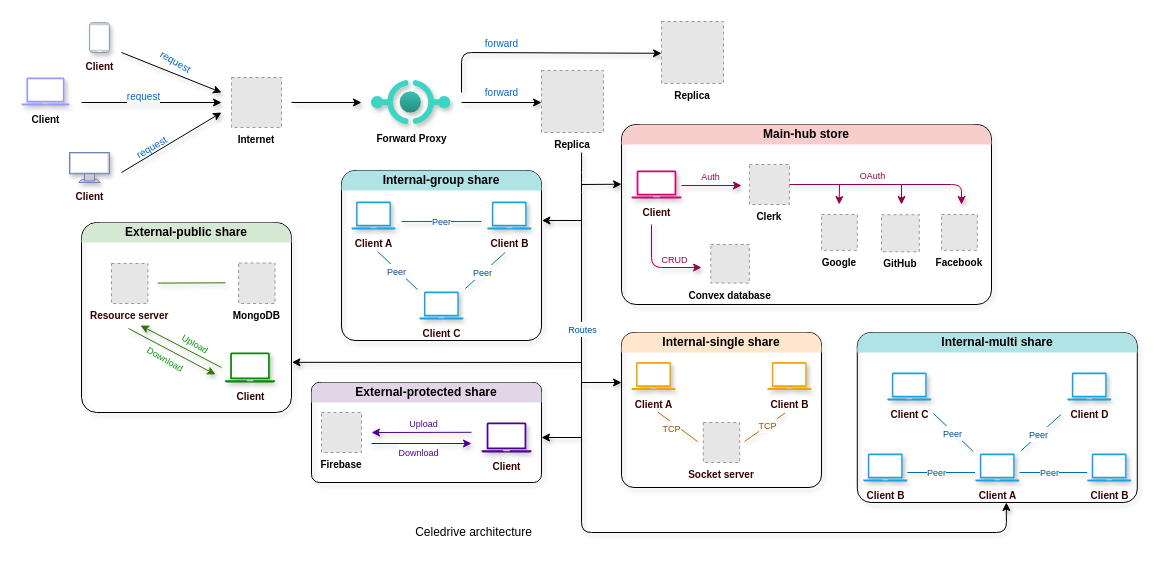
Earlier version of the draw.io diagram docs/architecture.drawio (thuongtruong109/celedrive). Source tidied: cells renumbered, new cells numbered last; positions are measured from the earlier drawing's top-left corner, leaving out a move shared by most shapes. Both pictures are drawn from the tidied source at 100%, with x=0, y=0 at pixel (21, 21). Pictures stored in the file or linked from it are replaced by grey dashed boxes.
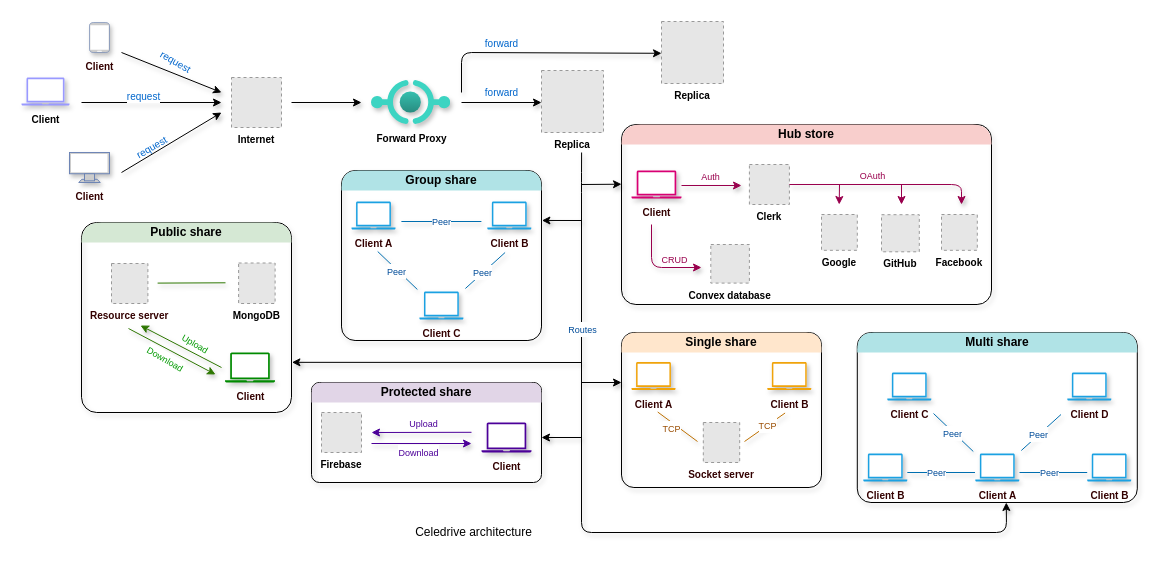
The same page after the edit.

The change refers to these unchanged cells:
```xml
<mxCell id="20" style="group;shadow=1;" parent="1" vertex="1">
  <mxGeometry x="60" y="181" width="220" height="210" as="geometry" />
</mxCell>
```

What changed in the source:
```diff
@@
-    <mxCell id="22" value="External-public share" style="swimlane;whiteSpace=wrap;html=1;rounded=1;dashed=1;strokeColor=none;align=center;verticalAlign=middle;fontFamily=Helvetica;fontSize=12;fillColor=#d5e8d4;arcSize=50;startSize=20;shadow=0;" parent="20" vertex="1">
+    <mxCell id="22" value="Public share" style="swimlane;whiteSpace=wrap;html=1;rounded=1;dashed=1;strokeColor=none;align=center;verticalAlign=middle;fontFamily=Helvetica;fontSize=12;fillColor=#d5e8d4;arcSize=50;startSize=20;shadow=0;" parent="20" vertex="1">
       <mxGeometry y="20" width="210" height="40" as="geometry" />
     </mxCell>
@@
-    <mxCell id="32" value="Main-hub store" style="swimlane;whiteSpace=wrap;html=1;rounded=1;dashed=1;strokeColor=none;align=center;verticalAlign=middle;fontFamily=Helvetica;fontSize=12;fillColor=#f8cecc;arcSize=32;startSize=20;shadow=0;" parent="1" vertex="1">
+    <mxCell id="32" value="Hub store" style="swimlane;whiteSpace=wrap;html=1;rounded=1;dashed=1;strokeColor=none;align=center;verticalAlign=middle;fontFamily=Helvetica;fontSize=12;fillColor=#f8cecc;arcSize=32;startSize=20;shadow=0;" parent="1" vertex="1">
       <mxGeometry x="600" y="103" width="370" height="40" as="geometry" />
     </mxCell>
@@
-    <mxCell id="35" value="Internal-group share" style="swimlane;whiteSpace=wrap;html=1;rounded=1;dashed=1;strokeColor=none;align=center;verticalAlign=middle;fontFamily=Helvetica;fontSize=12;fillColor=#b0e3e6;arcSize=28;startSize=20;shadow=0;" parent="1" vertex="1">
+    <mxCell id="35" value="Group share" style="swimlane;whiteSpace=wrap;html=1;rounded=1;dashed=1;strokeColor=none;align=center;verticalAlign=middle;fontFamily=Helvetica;fontSize=12;fillColor=#b0e3e6;arcSize=28;startSize=20;shadow=0;" parent="1" vertex="1">
       <mxGeometry x="320" y="149" width="200" height="40" as="geometry" />
     </mxCell>
@@
-    <mxCell id="50" value="External-protected share" style="swimlane;whiteSpace=wrap;html=1;rounded=1;dashed=1;strokeColor=none;align=center;verticalAlign=middle;fontFamily=Helvetica;fontSize=12;fillColor=#e1d5e7;arcSize=17;startSize=20;shadow=0;" parent="1" vertex="1">
+    <mxCell id="50" value="Protected share" style="swimlane;whiteSpace=wrap;html=1;rounded=1;dashed=1;strokeColor=none;align=center;verticalAlign=middle;fontFamily=Helvetica;fontSize=12;fillColor=#e1d5e7;arcSize=17;startSize=20;shadow=0;" parent="1" vertex="1">
       <mxGeometry x="290" y="361" width="230" height="40" as="geometry" />
     </mxCell>
@@
-    <mxCell id="59" value="Internal-single share" style="swimlane;whiteSpace=wrap;html=1;rounded=1;dashed=1;strokeColor=none;align=center;verticalAlign=middle;fontFamily=Helvetica;fontSize=12;fillColor=#ffe6cc;arcSize=26;startSize=20;shadow=0;" parent="1" vertex="1">
+    <mxCell id="59" value="Single share" style="swimlane;whiteSpace=wrap;html=1;rounded=1;dashed=1;strokeColor=none;align=center;verticalAlign=middle;fontFamily=Helvetica;fontSize=12;fillColor=#ffe6cc;arcSize=26;startSize=20;shadow=0;" parent="1" vertex="1">
       <mxGeometry x="600" y="311" width="200" height="40" as="geometry" />
     </mxCell>
@@
-    <mxCell id="85" value="Internal-multi share" style="swimlane;whiteSpace=wrap;html=1;rounded=1;dashed=1;strokeColor=none;align=center;verticalAlign=middle;fontFamily=Helvetica;fontSize=12;fillColor=#b0e3e6;arcSize=28;startSize=20;shadow=0;" parent="1" vertex="1">
+    <mxCell id="85" value="Multi share" style="swimlane;whiteSpace=wrap;html=1;rounded=1;dashed=1;strokeColor=none;align=center;verticalAlign=middle;fontFamily=Helvetica;fontSize=12;fillColor=#b0e3e6;arcSize=28;startSize=20;shadow=0;" parent="1" vertex="1">
       <mxGeometry x="835.8" y="311" width="280" height="40" as="geometry" />
     </mxCell>
```
